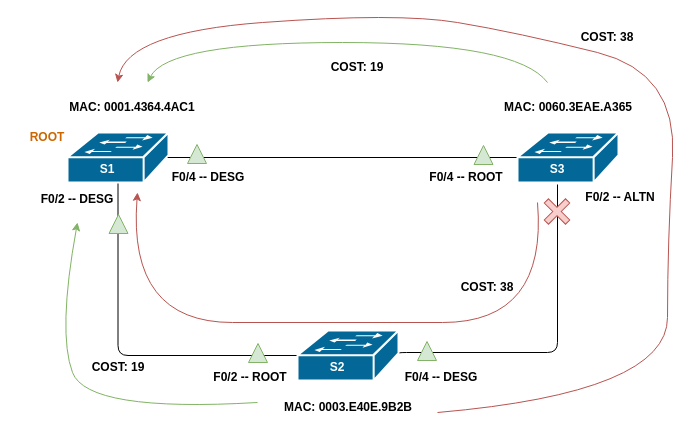
Earlier version of the draw.io diagram labs/[lab_02] Redundancy of local networks. STP/pictures/STP2.drawio (Yabovbel/otus-networks). Source tidied: cells renumbered, new cells numbered last; positions are measured from the earlier drawing's top-left corner, leaving out a move shared by most shapes. Both pictures are drawn from the tidied source at 100%, with x=0, y=0 at pixel (17, 12).
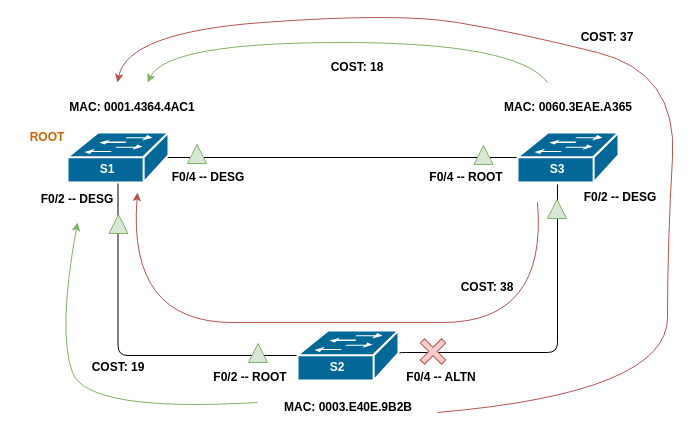
Above is the later version.

Diff of the diagram source:
```diff
@@
-    <mxCell id="17" value="&lt;font color=&quot;#000000&quot;&gt;&lt;b&gt;F0/4 -- DESG&lt;/b&gt;&lt;/font&gt;" style="text;html=1;strokeColor=none;fillColor=none;align=center;verticalAlign=middle;whiteSpace=wrap;rounded=0;fontColor=#CC6600;" parent="1" vertex="1">
+    <mxCell id="17" value="&lt;font color=&quot;#000000&quot;&gt;&lt;b&gt;F0/4 -- ALTN&lt;/b&gt;&lt;/font&gt;" style="text;html=1;strokeColor=none;fillColor=none;align=center;verticalAlign=middle;whiteSpace=wrap;rounded=0;fontColor=#CC6600;" parent="1" vertex="1">
       <mxGeometry x="381" y="350" width="85.5" height="30" as="geometry" />
     </mxCell>
-    <mxCell id="18" value="&lt;font color=&quot;#000000&quot;&gt;&lt;b&gt;F0/2 -- ALTN&lt;/b&gt;&lt;/font&gt;" style="text;html=1;strokeColor=none;fillColor=none;align=center;verticalAlign=middle;whiteSpace=wrap;rounded=0;fontColor=#CC6600;" parent="1" vertex="1">
+    <mxCell id="18" value="&lt;font color=&quot;#000000&quot;&gt;&lt;b&gt;F0/2 -- DESG&lt;/b&gt;&lt;/font&gt;" style="text;html=1;strokeColor=none;fillColor=none;align=center;verticalAlign=middle;whiteSpace=wrap;rounded=0;fontColor=#CC6600;" parent="1" vertex="1">
       <mxGeometry x="560" y="170" width="85.5" height="30" as="geometry" />
     </mxCell>
@@
     <mxCell id="20" style="shape=cross;whiteSpace=wrap;html=1;rotation=45;fillColor=#f8cecc;strokeColor=#b85450;" parent="1" vertex="1">
-      <mxGeometry x="524.5" y="184" width="30" height="30" as="geometry" />
+      <mxGeometry x="400.5" y="324" width="30" height="30" as="geometry" />
     </mxCell>
@@
-    <mxCell id="23" value="&lt;b&gt;COST: 19&lt;/b&gt;" style="text;html=1;strokeColor=none;fillColor=none;align=center;verticalAlign=middle;whiteSpace=wrap;rounded=0;fontColor=#000000;" parent="1" vertex="1">
+    <mxCell id="23" value="&lt;b&gt;COST: 18&lt;/b&gt;" style="text;html=1;strokeColor=none;fillColor=none;align=center;verticalAlign=middle;whiteSpace=wrap;rounded=0;fontColor=#000000;" parent="1" vertex="1">
       <mxGeometry x="310" y="40" width="60" height="30" as="geometry" />
     </mxCell>
@@
-    <mxCell id="25" value="&lt;b&gt;COST: 38&lt;br&gt;&lt;/b&gt;" style="text;html=1;strokeColor=none;fillColor=none;align=center;verticalAlign=middle;whiteSpace=wrap;rounded=0;fontColor=#000000;" parent="1" vertex="1">
+    <mxCell id="25" value="&lt;b&gt;COST: 37&lt;br&gt;&lt;/b&gt;" style="text;html=1;strokeColor=none;fillColor=none;align=center;verticalAlign=middle;whiteSpace=wrap;rounded=0;fontColor=#000000;" parent="1" vertex="1">
       <mxGeometry x="560" y="10" width="60" height="30" as="geometry" />
     </mxCell>
@@
     <mxCell id="34" style="triangle;whiteSpace=wrap;html=1;rotation=-90;fillColor=#d5e8d4;strokeColor=#82b366;" parent="1" vertex="1">
-      <mxGeometry x="400" y="329" width="19" height="19" as="geometry" />
+      <mxGeometry x="530" y="187" width="19" height="19" as="geometry" />
     </mxCell>
```
